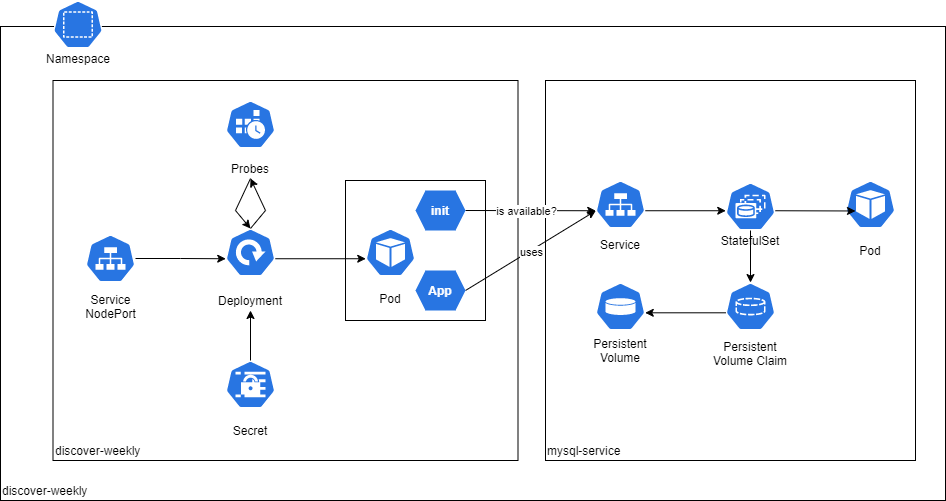
Before: solution.png, a diagram exported from draw.io (nino-a2/discover-weekly). Source tidied: cells renumbered, new cells last; positions are measured from the earlier drawing's top-left corner, leaving out a move shared by most shapes.
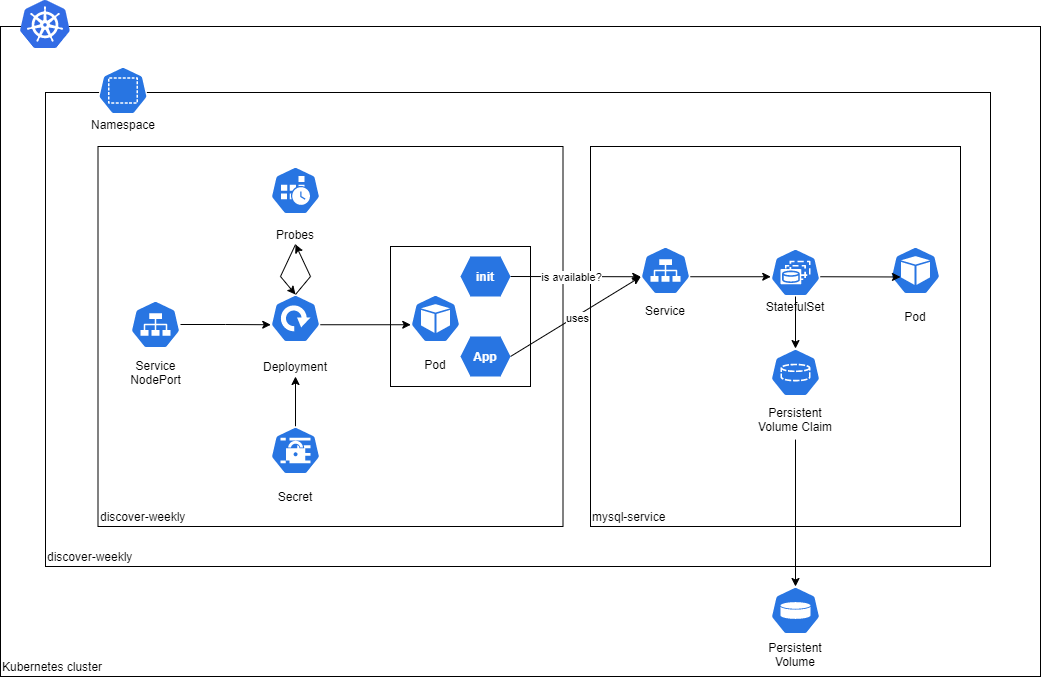
After the change.

Commit message:
Updated the solution diagram such that the PV is drawn outside of the namespace

Diff of the diagram source:
```diff
@@ -2,6 +2,9 @@
   <root>
     <mxCell id="0" />
     <mxCell id="1" parent="0" />
+    <mxCell id="56" value="Kubernetes cluster" style="rounded=0;whiteSpace=wrap;html=1;align=left;verticalAlign=bottom;" parent="1" vertex="1">
+      <mxGeometry x="-45" y="-40" width="1040" height="650" as="geometry" />
+    </mxCell>
     <mxCell id="2" value="discover-weekly" style="rounded=0;whiteSpace=wrap;html=1;align=left;verticalAlign=bottom;" parent="1" vertex="1">
       <mxGeometry y="26" width="945" height="474" as="geometry" />
     </mxCell>
@@ -153,7 +156,7 @@
       <mxGeometry x="705" y="333.1" width="90" height="40" as="geometry" />
     </mxCell>
     <mxCell id="46" style="group;" parent="1" vertex="1">
-      <mxGeometry x="575" y="282.1" width="90" height="88" as="geometry" />
+      <mxGeometry x="705" y="520" width="90" height="88" as="geometry" />
     </mxCell>
     <mxCell id="47" style="html=1;dashed=0;whitespace=wrap;points=[[0.005,0.63,0],[0.1,0.2,0],[0.9,0.2,0],[0.5,0,0],[0.995,0.63,0],[0.72,0.99,0],[0.5,1,0],[0.28,0.99,0]];shape=mxgraph.kubernetes.icon;prIcon=pv;align=left;verticalAlign=bottom;fillColor=#2875E2;strokeColor=none;" parent="46" vertex="1">
       <mxGeometry x="20" width="50" height="48" as="geometry" />
@@ -161,7 +164,7 @@
     <mxCell id="48" value="Persistent Volume" style="text;html=1;strokeColor=none;fillColor=none;align=center;verticalAlign=middle;whiteSpace=wrap;rounded=0;" parent="46" vertex="1">
       <mxGeometry y="48" width="90" height="40" as="geometry" />
     </mxCell>
-    <mxCell id="49" style="edgeStyle=none;rounded=0;jettySize=auto;html=1;exitX=0.005;exitY=0.63;exitDx=0;exitDy=0;exitPerimeter=0;entryX=0.995;entryY=0.63;entryDx=0;entryDy=0;entryPerimeter=0;" parent="1" edge="1" source="43" target="47">
+    <mxCell id="49" style="edgeStyle=none;rounded=0;jettySize=auto;html=1;exitX=0.5;exitY=1;exitDx=0;exitDy=0;" parent="1" edge="1" source="45" target="47">
       <mxGeometry relative="1" as="geometry" />
     </mxCell>
     <mxCell id="50" style="group;" parent="1" vertex="1">
@@ -182,5 +185,8 @@
     <mxCell id="55" value="Namespace" style="text;html=1;strokeColor=none;fillColor=none;align=center;verticalAlign=middle;whiteSpace=wrap;rounded=0;" parent="53" vertex="1">
       <mxGeometry y="48" width="90" height="20" as="geometry" />
     </mxCell>
+    <mxCell id="57" style="html=1;align=center;image;fontSize=12;image=img/lib/mscae/Kubernetes.svg;fontColor=#2875E2;" parent="1" vertex="1">
+      <mxGeometry x="-25" y="-66" width="50" height="48" as="geometry" />
+    </mxCell>
   </root>
 </mxGraphModel>
```
